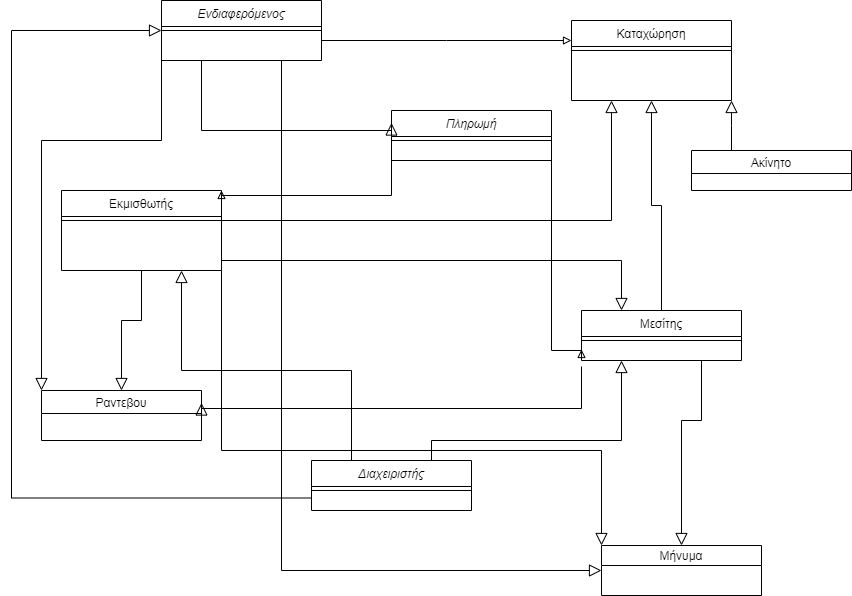
Above: Second Turn-in/Simple Domain Diagram.png in Arlechin/SoftwareTechnology22 (draw.io), before the change. Source tidied: cells renumbered, new cells last; positions are measured from the earlier drawing's top-left corner, leaving out a move shared by most shapes.
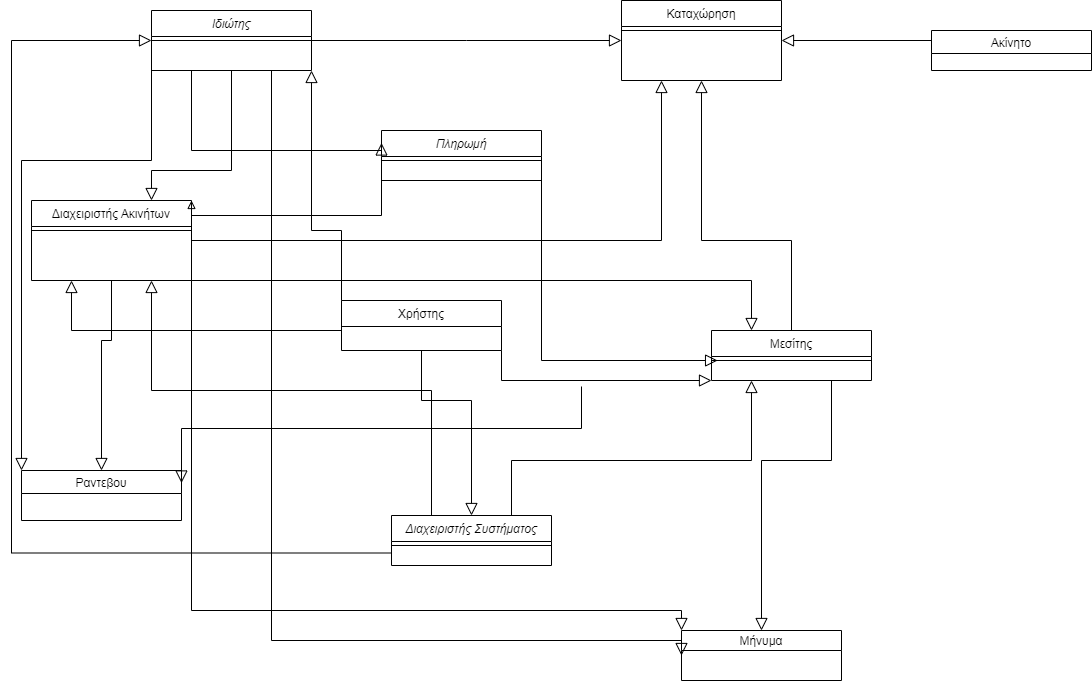
The same diagram one commit later.

Diff of the diagram source:
```diff
@@ -2,14 +2,14 @@
   <root>
     <mxCell id="0" />
     <mxCell id="1" parent="0" />
-    <mxCell id="2" value="Ενδιαφερόμενος" style="swimlane;fontStyle=2;align=center;verticalAlign=top;horizontal=1;startSize=26;rounded=0;shadow=0;strokeWidth=1;" parent="1" vertex="1">
-      <mxGeometry x="150" width="160" height="60" as="geometry" />
+    <mxCell id="2" value="Ιδιώτης" style="swimlane;fontStyle=2;align=center;verticalAlign=top;horizontal=1;startSize=26;rounded=0;shadow=0;strokeWidth=1;" parent="1" vertex="1">
+      <mxGeometry x="140" y="-10" width="160" height="60" as="geometry" />
     </mxCell>
     <mxCell id="3" style="line;html=1;strokeWidth=1;align=left;verticalAlign=middle;spacingTop=-1;spacingLeft=3;spacingRight=3;labelPosition=right;" parent="2" vertex="1">
       <mxGeometry y="26" width="160" height="8" as="geometry" />
     </mxCell>
-    <mxCell id="4" value="Εκμισθωτής" style="swimlane;fontStyle=0;align=center;verticalAlign=top;horizontal=1;startSize=26;rounded=0;shadow=0;strokeWidth=1;" parent="1" vertex="1">
-      <mxGeometry x="50" y="190" width="160" height="80" as="geometry" />
+    <mxCell id="4" value="Διαχειριστής Ακινήτων&#10;" style="swimlane;fontStyle=0;align=center;verticalAlign=top;horizontal=1;startSize=26;rounded=0;shadow=0;strokeWidth=1;" parent="1" vertex="1">
+      <mxGeometry x="20" y="180" width="160" height="80" as="geometry" />
     </mxCell>
     <mxCell id="5" style="line;html=1;strokeWidth=1;align=left;verticalAlign=middle;spacingTop=-1;spacingLeft=3;spacingRight=3;labelPosition=right;" parent="4" vertex="1">
       <mxGeometry y="26" width="160" height="8" as="geometry" />
@@ -25,21 +25,25 @@
       </mxGeometry>
     </mxCell>
     <mxCell id="7" value="Μεσίτης" style="swimlane;fontStyle=0;align=center;verticalAlign=top;horizontal=1;startSize=26;rounded=0;shadow=0;strokeWidth=1;" parent="1" vertex="1">
-      <mxGeometry x="570" y="310" width="160" height="50" as="geometry" />
+      <mxGeometry x="700" y="310" width="160" height="50" as="geometry" />
     </mxCell>
     <mxCell id="8" style="line;html=1;strokeWidth=1;align=left;verticalAlign=middle;spacingTop=-1;spacingLeft=3;spacingRight=3;labelPosition=right;points=[];portConstraint=eastwest;" parent="7" vertex="1">
       <mxGeometry y="26" width="160" height="8" as="geometry" />
     </mxCell>
     <mxCell id="9" style="endArrow=block;endSize=10;endFill=0;shadow=0;strokeWidth=1;rounded=0;edgeStyle=elbowEdgeStyle;elbow=vertical;entryX=0.5;entryY=1;entryDx=0;entryDy=0;exitX=0.5;exitY=0;exitDx=0;exitDy=0;" parent="1" edge="1" source="7" target="10">
-      <mxGeometry relative="1" as="geometry" />
+      <mxGeometry relative="1" as="geometry">
+        <Array as="points">
+          <mxPoint x="710" y="220" />
+        </Array>
+      </mxGeometry>
     </mxCell>
     <mxCell id="10" value="Καταχώρηση" style="swimlane;fontStyle=0;align=center;verticalAlign=top;horizontal=1;startSize=26;rounded=0;shadow=0;strokeWidth=1;" parent="1" vertex="1">
-      <mxGeometry x="560" y="20" width="160" height="80" as="geometry" />
+      <mxGeometry x="610" y="-20" width="160" height="80" as="geometry" />
     </mxCell>
     <mxCell id="11" style="line;html=1;strokeWidth=1;align=left;verticalAlign=middle;spacingTop=-1;spacingLeft=3;spacingRight=3;labelPosition=right;" parent="10" vertex="1">
       <mxGeometry y="26" width="160" height="8" as="geometry" />
     </mxCell>
-    <mxCell id="12" style="endArrow=block;shadow=0;strokeWidth=1;rounded=0;endFill=0;edgeStyle=elbowEdgeStyle;elbow=vertical;" parent="1" edge="1" source="2" target="10">
+    <mxCell id="12" style="endArrow=block;shadow=0;strokeWidth=1;rounded=0;endFill=0;edgeStyle=elbowEdgeStyle;elbow=vertical;endSize=10;" parent="1" edge="1" source="2" target="10">
       <mxGeometry x="0.5" y="41" relative="1" as="geometry">
         <mxPoint x="-40" y="32" as="offset" />
       </mxGeometry>
@@ -53,7 +57,7 @@
       </mxGeometry>
     </mxCell>
     <mxCell id="14" value="Πληρωμή&#10;" style="swimlane;fontStyle=2;align=center;verticalAlign=top;horizontal=1;startSize=26;rounded=0;shadow=0;strokeWidth=1;" parent="1" vertex="1">
-      <mxGeometry x="380" y="110" width="160" height="50" as="geometry" />
+      <mxGeometry x="370" y="110" width="160" height="50" as="geometry" />
     </mxCell>
     <mxCell id="15" style="line;html=1;strokeWidth=1;align=left;verticalAlign=middle;spacingTop=-1;spacingLeft=3;spacingRight=3;labelPosition=right;" parent="14" vertex="1">
       <mxGeometry y="26" width="160" height="8" as="geometry" />
@@ -76,19 +80,19 @@
         <mxPoint x="-40" y="32" as="offset" />
       </mxGeometry>
     </mxCell>
-    <mxCell id="18" style="endArrow=block;shadow=0;strokeWidth=1;rounded=0;endFill=0;edgeStyle=elbowEdgeStyle;elbow=vertical;exitX=1;exitY=0.75;exitDx=0;exitDy=0;entryX=0;entryY=0.5;entryDx=0;entryDy=0;" parent="1" edge="1" source="14">
+    <mxCell id="18" style="endArrow=block;shadow=0;strokeWidth=1;rounded=0;endFill=0;edgeStyle=elbowEdgeStyle;elbow=vertical;exitX=1;exitY=0.75;exitDx=0;exitDy=0;entryX=0.038;entryY=0.5;entryDx=0;entryDy=0;entryPerimeter=0;endSize=10;" parent="1" edge="1" source="14" target="8">
       <mxGeometry x="0.5" y="41" relative="1" as="geometry">
-        <mxPoint x="570" y="349" as="targetPoint" />
         <Array as="points">
-          <mxPoint x="530" y="350" />
+          <mxPoint x="550" y="340" />
+          <mxPoint x="550" y="340" />
           <mxPoint x="530" y="340" />
           <mxPoint x="560" y="280" />
         </Array>
         <mxPoint x="-40" y="32" as="offset" />
       </mxGeometry>
     </mxCell>
-    <mxCell id="19" value="Διαχειριστής" style="swimlane;fontStyle=2;align=center;verticalAlign=top;horizontal=1;startSize=26;rounded=0;shadow=0;strokeWidth=1;" parent="1" vertex="1">
-      <mxGeometry x="300" y="460" width="160" height="50" as="geometry" />
+    <mxCell id="19" value="Διαχειριστής Συστήματος" style="swimlane;fontStyle=2;align=center;verticalAlign=top;horizontal=1;startSize=26;rounded=0;shadow=0;strokeWidth=1;" parent="1" vertex="1">
+      <mxGeometry x="380" y="495" width="160" height="50" as="geometry" />
     </mxCell>
     <mxCell id="20" style="line;html=1;strokeWidth=1;align=left;verticalAlign=middle;spacingTop=-1;spacingLeft=3;spacingRight=3;labelPosition=right;" parent="19" vertex="1">
       <mxGeometry y="26" width="160" height="8" as="geometry" />
@@ -101,7 +105,7 @@
       </mxGeometry>
     </mxCell>
     <mxCell id="22" value="Ραντεβου" style="swimlane;fontStyle=0;" parent="1" vertex="1">
-      <mxGeometry x="30" y="390" width="160" height="50" as="geometry" />
+      <mxGeometry x="10" y="450" width="160" height="50" as="geometry" />
     </mxCell>
     <mxCell id="23" style="endArrow=block;endSize=10;endFill=0;shadow=0;strokeWidth=1;rounded=0;edgeStyle=elbowEdgeStyle;elbow=vertical;exitX=0;exitY=0.75;exitDx=0;exitDy=0;entryX=0;entryY=0;entryDx=0;entryDy=0;" parent="1" edge="1" source="2" target="22">
       <mxGeometry relative="1" as="geometry">
@@ -119,10 +123,14 @@
       </mxGeometry>
     </mxCell>
     <mxCell id="25" value="Ακίνητο" style="swimlane;fontStyle=0;" parent="1" vertex="1">
-      <mxGeometry x="680" y="150" width="160" height="40" as="geometry" />
+      <mxGeometry x="920" y="10" width="160" height="40" as="geometry" />
     </mxCell>
-    <mxCell id="26" style="endArrow=block;endSize=10;endFill=0;shadow=0;strokeWidth=1;rounded=0;edgeStyle=elbowEdgeStyle;elbow=vertical;entryX=1;entryY=1;entryDx=0;entryDy=0;exitX=0.25;exitY=0;exitDx=0;exitDy=0;" parent="1" edge="1" source="25" target="10">
-      <mxGeometry relative="1" as="geometry" />
+    <mxCell id="26" style="endArrow=block;endSize=10;endFill=0;shadow=0;strokeWidth=1;rounded=0;edgeStyle=elbowEdgeStyle;elbow=vertical;exitX=0;exitY=0.5;exitDx=0;exitDy=0;entryX=1;entryY=0.5;entryDx=0;entryDy=0;" parent="1" edge="1" source="25" target="10">
+      <mxGeometry relative="1" as="geometry">
+        <Array as="points">
+          <mxPoint x="850" y="20" />
+        </Array>
+      </mxGeometry>
     </mxCell>
     <mxCell id="27" style="endArrow=block;endSize=10;endFill=0;shadow=0;strokeWidth=1;rounded=0;edgeStyle=elbowEdgeStyle;elbow=vertical;exitX=0.25;exitY=0;exitDx=0;exitDy=0;entryX=0.75;entryY=1;entryDx=0;entryDy=0;" parent="1" edge="1" source="19" target="4">
       <mxGeometry relative="1" as="geometry">
@@ -155,11 +163,12 @@
       </mxGeometry>
     </mxCell>
     <mxCell id="30" value="Μήνυμα" style="swimlane;fontStyle=0;startSize=20;" parent="1" vertex="1">
-      <mxGeometry x="590" y="545" width="160" height="50" as="geometry" />
+      <mxGeometry x="670" y="610" width="160" height="50" as="geometry" />
     </mxCell>
     <mxCell id="31" style="endArrow=block;endSize=10;endFill=0;shadow=0;strokeWidth=1;rounded=0;edgeStyle=elbowEdgeStyle;elbow=vertical;exitX=0.75;exitY=1;exitDx=0;exitDy=0;entryX=0.5;entryY=0;entryDx=0;entryDy=0;" parent="1" edge="1" source="7" target="30">
       <mxGeometry relative="1" as="geometry">
         <Array as="points">
+          <mxPoint x="810" y="440" />
           <mxPoint x="650" y="420" />
         </Array>
       </mxGeometry>
@@ -167,6 +176,8 @@
     <mxCell id="32" style="endArrow=block;endSize=10;endFill=0;shadow=0;strokeWidth=1;rounded=0;edgeStyle=elbowEdgeStyle;elbow=vertical;exitX=1;exitY=1;exitDx=0;exitDy=0;entryX=0;entryY=0;entryDx=0;entryDy=0;" parent="1" edge="1" source="4" target="30">
       <mxGeometry relative="1" as="geometry">
         <Array as="points">
+          <mxPoint x="590" y="590" />
+          <mxPoint x="450" y="470" />
           <mxPoint x="470" y="450" />
           <mxPoint x="480" y="340" />
         </Array>
@@ -175,6 +186,7 @@
     <mxCell id="33" style="endArrow=block;endSize=10;endFill=0;shadow=0;strokeWidth=1;rounded=0;edgeStyle=elbowEdgeStyle;elbow=vertical;exitX=0.75;exitY=1;exitDx=0;exitDy=0;entryX=0;entryY=0.5;entryDx=0;entryDy=0;" parent="1" edge="1" source="2" target="30">
       <mxGeometry relative="1" as="geometry">
         <Array as="points">
+          <mxPoint x="600" y="620" />
           <mxPoint x="260" y="570" />
           <mxPoint x="540" y="470" />
           <mxPoint x="300" y="390" />
@@ -183,5 +195,64 @@
         </Array>
       </mxGeometry>
     </mxCell>
+    <mxCell id="34" value="Χρήστης" style="swimlane;fontStyle=0;align=center;verticalAlign=top;horizontal=1;startSize=26;rounded=0;shadow=0;strokeWidth=1;" parent="1" vertex="1">
+      <mxGeometry x="330" y="280" width="160" height="50" as="geometry" />
+    </mxCell>
+    <mxCell id="35" style="endArrow=block;shadow=0;strokeWidth=1;rounded=0;endFill=0;edgeStyle=elbowEdgeStyle;elbow=vertical;exitX=1;exitY=1;exitDx=0;exitDy=0;entryX=0;entryY=1;entryDx=0;entryDy=0;endSize=10;" parent="1" edge="1" source="34" target="7">
+      <mxGeometry x="0.5" y="41" relative="1" as="geometry">
+        <Array as="points">
+          <mxPoint x="520" y="360" />
+          <mxPoint x="540" y="350" />
+          <mxPoint x="570" y="290" />
+        </Array>
+        <mxPoint x="-40" y="32" as="offset" />
+      </mxGeometry>
+    </mxCell>
+    <mxCell id="36" style="endArrow=block;shadow=0;strokeWidth=1;rounded=0;endFill=0;edgeStyle=elbowEdgeStyle;elbow=vertical;entryX=0.25;entryY=1;entryDx=0;entryDy=0;endSize=10;exitX=0;exitY=0.5;exitDx=0;exitDy=0;" parent="1" edge="1" source="34" target="4">
+      <mxGeometry x="0.5" y="41" relative="1" as="geometry">
+        <Array as="points">
+          <mxPoint x="190" y="310" />
+          <mxPoint x="240" y="280" />
+          <mxPoint x="550" y="360" />
+          <mxPoint x="580" y="300" />
+        </Array>
+        <mxPoint x="-40" y="32" as="offset" />
+      </mxGeometry>
+    </mxCell>
+    <mxCell id="37" style="endArrow=block;shadow=0;strokeWidth=1;rounded=0;endFill=0;edgeStyle=elbowEdgeStyle;elbow=vertical;entryX=0.5;entryY=0;entryDx=0;entryDy=0;endSize=10;exitX=0.5;exitY=1;exitDx=0;exitDy=0;" parent="1" edge="1" source="34" target="19">
+      <mxGeometry x="0.5" y="41" relative="1" as="geometry">
+        <Array as="points">
+          <mxPoint x="370" y="380" />
+          <mxPoint x="200" y="320" />
+          <mxPoint x="250" y="290" />
+          <mxPoint x="560" y="370" />
+          <mxPoint x="590" y="310" />
+        </Array>
+        <mxPoint x="-40" y="32" as="offset" />
+      </mxGeometry>
+    </mxCell>
+    <mxCell id="38" style="endArrow=block;shadow=0;strokeWidth=1;rounded=0;endFill=0;edgeStyle=elbowEdgeStyle;elbow=vertical;entryX=1;entryY=1;entryDx=0;entryDy=0;endSize=10;exitX=0;exitY=0;exitDx=0;exitDy=0;" parent="1" edge="1" source="34" target="2">
+      <mxGeometry x="0.5" y="41" relative="1" as="geometry">
+        <Array as="points">
+          <mxPoint x="320" y="210" />
+          <mxPoint x="250" y="290" />
+          <mxPoint x="560" y="370" />
+          <mxPoint x="590" y="310" />
+        </Array>
+        <mxPoint x="-40" y="32" as="offset" />
+      </mxGeometry>
+    </mxCell>
+    <mxCell id="39" style="endArrow=block;shadow=0;strokeWidth=1;rounded=0;endFill=0;edgeStyle=elbowEdgeStyle;elbow=vertical;entryX=0.75;entryY=0;entryDx=0;entryDy=0;endSize=10;exitX=0.5;exitY=1;exitDx=0;exitDy=0;" parent="1" edge="1" source="2" target="4">
+      <mxGeometry x="0.5" y="41" relative="1" as="geometry">
+        <Array as="points">
+          <mxPoint x="170" y="150" />
+          <mxPoint x="330" y="220" />
+          <mxPoint x="260" y="300" />
+          <mxPoint x="570" y="380" />
+          <mxPoint x="600" y="320" />
+        </Array>
+        <mxPoint x="-40" y="32" as="offset" />
+      </mxGeometry>
+    </mxCell>
   </root>
 </mxGraphModel>
```
